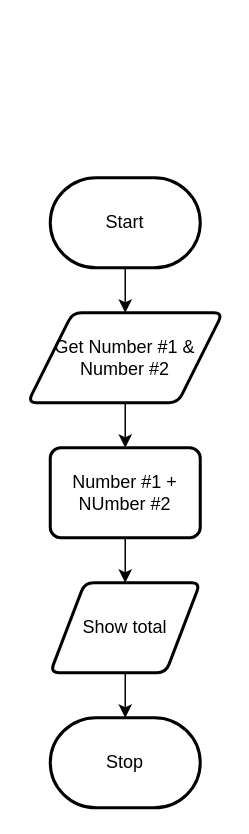
Before: Flowchart.drawio in Peter-Gemmell/ICS3U-Unit3-01-Python, a draw.io diagram. Source tidied: cells renumbered, new cells numbered last; positions are measured from the earlier drawing's top-left corner, leaving out a move shared by most shapes. Both pictures are drawn from the tidied source at 150%, with x=0, y=0 at pixel (27, 177).
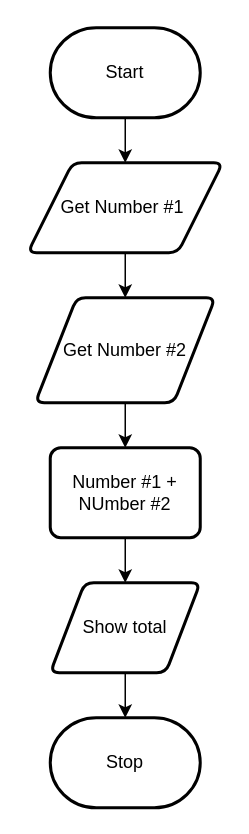
The same diagram, later.

The edit, as a diff of the source:
```diff
@@
 <mxGraphModel>
   <root>
     <mxCell id="0" />
     <mxCell id="1" parent="0" />
     <mxCell id="2" style="edgeStyle=none;html=1;" parent="1" edge="1" source="3" target="5">
       <mxGeometry relative="1" as="geometry" />
     </mxCell>
     <mxCell id="3" value="Start" style="strokeWidth=2;html=1;shape=mxgraph.flowchart.terminator;whiteSpace=wrap;" parent="1" vertex="1">
-      <mxGeometry x="15" width="100" height="60" as="geometry" />
+      <mxGeometry x="15" y="-100" width="100" height="60" as="geometry" />
     </mxCell>
-    <mxCell id="4" style="edgeStyle=none;html=1;" parent="1" edge="1" source="5" target="7">
+    <mxCell id="4" style="edgeStyle=none;html=1;startArrow=none;" parent="1" edge="1" source="12" target="7">
       <mxGeometry relative="1" as="geometry" />
     </mxCell>
+    <mxCell id="11" style="edgeStyle=none;html=1;" parent="1" edge="1" source="5" target="12">
+      <mxGeometry relative="1" as="geometry" />
+    </mxCell>
-    <mxCell id="5" value="Get Number #1 &amp;amp; Number #2" style="shape=parallelogram;html=1;strokeWidth=2;perimeter=parallelogramPerimeter;whiteSpace=wrap;rounded=1;arcSize=12;size=0.23;" parent="1" vertex="1">
-      <mxGeometry y="90" width="130" height="60" as="geometry" />
+    <mxCell id="5" value="Get Number #1&amp;nbsp;" style="shape=parallelogram;html=1;strokeWidth=2;perimeter=parallelogramPerimeter;whiteSpace=wrap;rounded=1;arcSize=12;size=0.23;" parent="1" vertex="1">
+      <mxGeometry y="-10" width="130" height="60" as="geometry" />
     </mxCell>
     <mxCell id="6" style="edgeStyle=none;html=1;" parent="1" edge="1" source="7" target="9">
       <mxGeometry relative="1" as="geometry" />
     </mxCell>
     <mxCell id="7" value="Number #1 + NUmber #2" style="rounded=1;whiteSpace=wrap;html=1;absoluteArcSize=1;arcSize=14;strokeWidth=2;" parent="1" vertex="1">
       <mxGeometry x="15" y="180" width="100" height="60" as="geometry" />
     </mxCell>
     <mxCell id="8" style="edgeStyle=none;html=1;" parent="1" edge="1" source="9" target="10">
       <mxGeometry relative="1" as="geometry" />
     </mxCell>
     <mxCell id="9" value="Show total" style="shape=parallelogram;html=1;strokeWidth=2;perimeter=parallelogramPerimeter;whiteSpace=wrap;rounded=1;arcSize=12;size=0.23;" parent="1" vertex="1">
       <mxGeometry x="15" y="270" width="100" height="60" as="geometry" />
     </mxCell>
     <mxCell id="10" value="Stop" style="strokeWidth=2;html=1;shape=mxgraph.flowchart.terminator;whiteSpace=wrap;" parent="1" vertex="1">
       <mxGeometry x="15" y="360" width="100" height="60" as="geometry" />
     </mxCell>
+    <mxCell id="12" value="Get Number #2" style="shape=parallelogram;html=1;strokeWidth=2;perimeter=parallelogramPerimeter;whiteSpace=wrap;rounded=1;arcSize=12;size=0.23;" parent="1" vertex="1">
+      <mxGeometry x="5" y="80" width="120" height="70" as="geometry" />
+    </mxCell>
   </root>
 </mxGraphModel>
```
